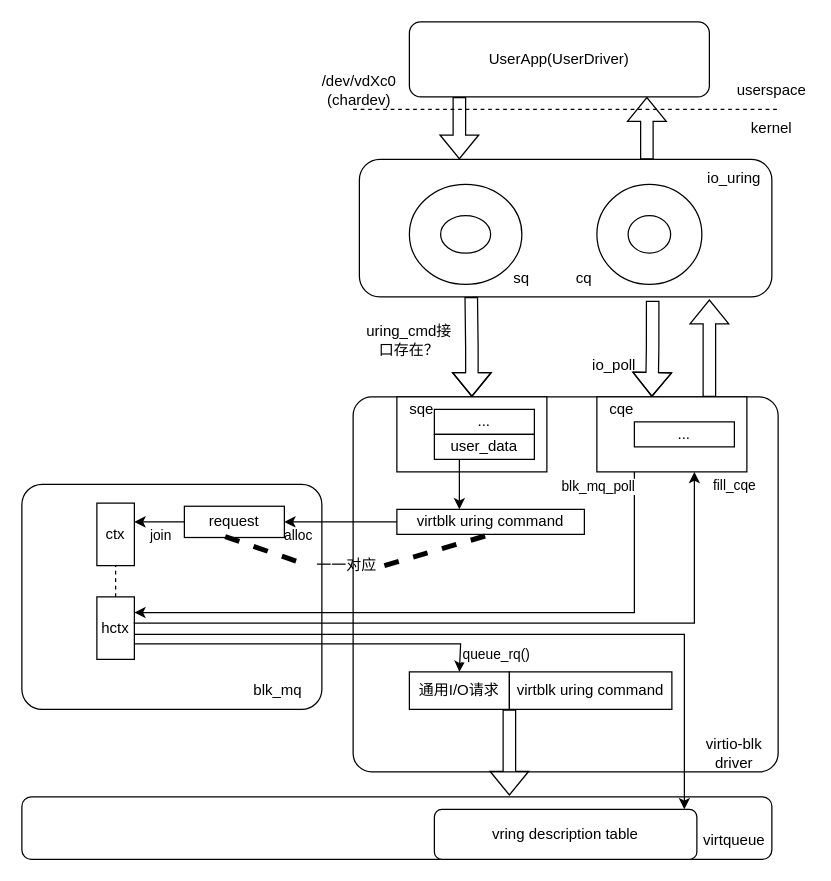
Above: page "第 8 页" (8 of 11) of test1.drawio in jdmfr/dormouse (draw.io), before the change. Source tidied: cells renumbered, new cells numbered last; positions are measured from the earlier drawing's top-left corner, leaving out a move shared by most shapes. Both pictures are drawn from the tidied source at 125%, with x=0, y=0 at pixel (21, 21).
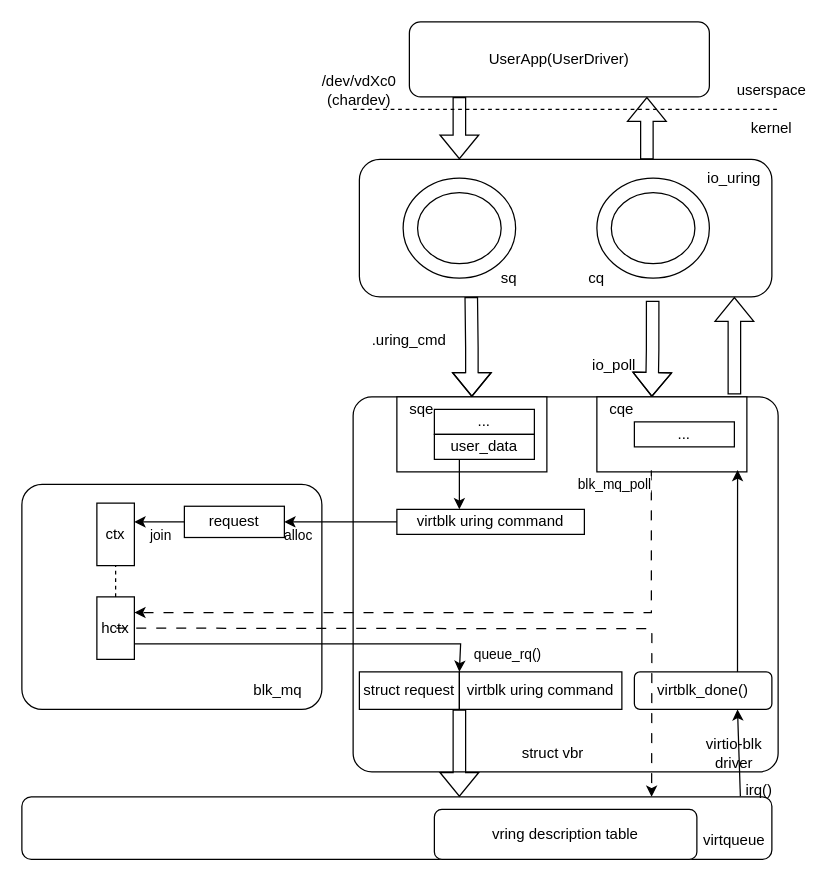
After the change.

The change refers to these unchanged cells:
```xml
<mxCell id="24" value="virtblk uring command" style="text;html=1;strokeColor=none;fillColor=none;align=center;verticalAlign=middle;whiteSpace=wrap;rounded=0;" parent="1" vertex="1">
  <mxGeometry x="310" y="390" width="130" height="20" as="geometry" />
</mxCell>
<mxCell id="32" value="hctx" style="rounded=0;whiteSpace=wrap;html=1;" parent="1" vertex="1">
  <mxGeometry x="60" y="460" width="30" height="50" as="geometry" />
</mxCell>
<mxCell id="33" value="request" style="rounded=0;whiteSpace=wrap;html=1;" parent="1" vertex="1">
  <mxGeometry x="130" y="387.5" width="80" height="25" as="geometry" />
</mxCell>
<mxCell id="39" style="rounded=0;whiteSpace=wrap;html=1;" parent="1" vertex="1">
  <mxGeometry x="460" y="300" width="120" height="60" as="geometry" />
</mxCell>
<mxCell id="51" style="rounded=1;whiteSpace=wrap;html=1;" parent="1" vertex="1">
  <mxGeometry y="620" width="600" height="50" as="geometry" />
</mxCell>
<mxCell id="56" value="vring description table" style="rounded=1;whiteSpace=wrap;html=1;" parent="1" vertex="1">
  <mxGeometry x="330" y="630" width="210" height="40" as="geometry" />
</mxCell>
```

The edit, as a diff of the source:
```diff
@@
+    <mxCell id="3" style="rounded=1;whiteSpace=wrap;html=1;" parent="1" vertex="1">
+      <mxGeometry x="270" y="110" width="330" height="110" as="geometry" />
+    </mxCell>
@@
-    <mxCell id="3" style="rounded=1;whiteSpace=wrap;html=1;" parent="1" vertex="1">
-      <mxGeometry x="270" y="110" width="330" height="110" as="geometry" />
-    </mxCell>
@@
-    <mxCell id="5" style="verticalLabelPosition=bottom;verticalAlign=top;html=1;shape=mxgraph.basic.donut;dx=25;" parent="1" vertex="1">
-      <mxGeometry x="310" y="130" width="90" height="80" as="geometry" />
+    <mxCell id="5" style="verticalLabelPosition=bottom;verticalAlign=top;html=1;shape=mxgraph.basic.donut;dx=11.56;" parent="1" vertex="1">
+      <mxGeometry x="305" y="125" width="90" height="80" as="geometry" />
     </mxCell>
-    <mxCell id="6" style="verticalLabelPosition=bottom;verticalAlign=top;html=1;shape=mxgraph.basic.donut;dx=25;" parent="1" vertex="1">
-      <mxGeometry x="460" y="130" width="84" height="80" as="geometry" />
-    </mxCell>
@@
     <mxCell id="9" value="sq" style="text;html=1;strokeColor=none;fillColor=none;align=center;verticalAlign=middle;whiteSpace=wrap;rounded=0;" parent="1" vertex="1">
-      <mxGeometry x="370" y="190" width="60" height="30" as="geometry" />
+      <mxGeometry x="360" y="190" width="60" height="30" as="geometry" />
     </mxCell>
     <mxCell id="10" value="cq" style="text;html=1;strokeColor=none;fillColor=none;align=center;verticalAlign=middle;whiteSpace=wrap;rounded=0;" parent="1" vertex="1">
-      <mxGeometry x="420" y="190" width="60" height="30" as="geometry" />
+      <mxGeometry x="430" y="190" width="60" height="30" as="geometry" />
     </mxCell>
@@
-    <mxCell id="17" value="uring_cmd接口存在？" style="text;html=1;strokeColor=none;fillColor=none;align=center;verticalAlign=middle;whiteSpace=wrap;rounded=0;" parent="1" vertex="1">
+    <mxCell id="17" value=".uring_cmd" style="text;html=1;strokeColor=none;fillColor=none;align=center;verticalAlign=middle;whiteSpace=wrap;rounded=0;" parent="1" vertex="1">
       <mxGeometry x="270" y="240" width="80" height="30" as="geometry" />
     </mxCell>
@@
-    <mxCell id="30" style="edgeStyle=orthogonalEdgeStyle;rounded=0;jettySize=auto;html=1;exitX=1;exitY=0.75;exitDx=0;exitDy=0;" parent="1" edge="1" source="32">
+    <mxCell id="30" style="edgeStyle=orthogonalEdgeStyle;rounded=0;jettySize=auto;html=1;exitX=1;exitY=0.75;exitDx=0;exitDy=0;entryX=0;entryY=0;entryDx=0;entryDy=0;" parent="1" edge="1" source="32" target="54">
       <mxGeometry relative="1" as="geometry">
-        <mxPoint x="350" y="520" as="targetPoint" />
         <Array as="points">
           <mxPoint x="351" y="498" />
         </Array>
       </mxGeometry>
     </mxCell>
     <mxCell id="31" value="queue_rq()&amp;nbsp;" style="edgeLabel;html=1;align=center;verticalAlign=middle;" parent="30" vertex="1">
       <mxGeometry x="0.91" y="-2" relative="1" as="geometry">
-        <mxPoint x="32" y="-2" as="offset" />
+        <mxPoint x="41" y="-2" as="offset" />
       </mxGeometry>
     </mxCell>
@@
     <mxCell id="37" style="shape=flexArrow;endArrow=classic;html=1;rounded=0;edgeStyle=orthogonalEdgeStyle;exitX=0.711;exitY=1.029;exitDx=0;exitDy=0;exitPerimeter=0;" parent="1" edge="1" source="3">
       <mxGeometry relative="1" as="geometry">
         <mxPoint x="504" y="300" as="targetPoint" />
+        <Array as="points">
+          <mxPoint x="505" y="262" />
+        </Array>
       </mxGeometry>
     </mxCell>
@@
     <mxCell id="41" style="shape=flexArrow;endArrow=classic;html=1;rounded=0;edgeStyle=orthogonalEdgeStyle;" parent="1" edge="1">
       <mxGeometry relative="1" as="geometry">
-        <mxPoint x="550" y="300" as="sourcePoint" />
-        <mxPoint x="550" y="222" as="targetPoint" />
+        <mxPoint x="570" y="298" as="sourcePoint" />
+        <mxPoint x="570" y="220" as="targetPoint" />
       </mxGeometry>
     </mxCell>
-    <mxCell id="42" style="endArrow=classic;html=1;rounded=0;edgeStyle=orthogonalEdgeStyle;exitX=0.25;exitY=1;exitDx=0;exitDy=0;entryX=1;entryY=0.25;entryDx=0;entryDy=0;" parent="1" edge="1" source="39" target="32">
-      <mxGeometry relative="1" as="geometry" />
+    <mxCell id="42" style="endArrow=classic;html=1;rounded=0;edgeStyle=orthogonalEdgeStyle;exitX=0.363;exitY=0.98;exitDx=0;exitDy=0;entryX=1;entryY=0.25;entryDx=0;entryDy=0;dashed=1;exitPerimeter=0;dashPattern=8 8;" parent="1" edge="1" source="39" target="32">
+      <mxGeometry relative="1" as="geometry">
+        <Array as="points">
+          <mxPoint x="504" y="473" />
+        </Array>
+      </mxGeometry>
     </mxCell>
@@
-    <mxCell id="44" style="endArrow=classic;html=1;rounded=0;edgeStyle=orthogonalEdgeStyle;" parent="1" edge="1">
-      <mxGeometry relative="1" as="geometry">
-        <mxPoint x="90" y="480" as="sourcePoint" />
-        <mxPoint x="538" y="360" as="targetPoint" />
-        <Array as="points">
-          <mxPoint x="90" y="481" />
-          <mxPoint x="538" y="481" />
-        </Array>
-      </mxGeometry>
-    </mxCell>
-    <mxCell id="45" value="fill_cqe" style="edgeLabel;html=1;align=center;verticalAlign=middle;" parent="44" vertex="1">
-      <mxGeometry x="-0.9" y="3" relative="1" as="geometry">
-        <mxPoint x="452" y="-108" as="offset" />
-      </mxGeometry>
-    </mxCell>
@@
-    <mxCell id="48" value="一一对应" style="text;html=1;align=center;verticalAlign=middle;whiteSpace=wrap;rounded=0;" parent="1" vertex="1">
-      <mxGeometry x="230" y="420" width="60" height="30" as="geometry" />
-    </mxCell>
-    <mxCell id="49" style="endArrow=none;dashed=1;html=1;rounded=0;exitX=1;exitY=0.5;exitDx=0;exitDy=0;entryX=0.5;entryY=1;entryDx=0;entryDy=0;strokeWidth=4;" parent="1" edge="1" source="48" target="24">
-      <mxGeometry relative="1" as="geometry" />
-    </mxCell>
-    <mxCell id="50" style="endArrow=none;dashed=1;html=1;rounded=0;exitX=0.408;exitY=0.971;exitDx=0;exitDy=0;entryX=0;entryY=0.5;entryDx=0;entryDy=0;strokeWidth=4;exitPerimeter=0;" parent="1" edge="1" source="33" target="48">
-      <mxGeometry relative="1" as="geometry" />
-    </mxCell>
@@
-    <mxCell id="53" value="通用I/O请求" style="rounded=0;whiteSpace=wrap;html=1;" parent="1" vertex="1">
-      <mxGeometry x="310" y="520" width="80" height="30" as="geometry" />
+    <mxCell id="53" value="struct request" style="rounded=0;whiteSpace=wrap;html=1;" parent="1" vertex="1">
+      <mxGeometry x="270" y="520" width="80" height="30" as="geometry" />
     </mxCell>
     <mxCell id="54" value="virtblk uring command" style="text;html=1;strokeColor=default;fillColor=none;align=center;verticalAlign=middle;whiteSpace=wrap;rounded=0;" parent="1" vertex="1">
-      <mxGeometry x="390" y="520" width="130" height="30" as="geometry" />
+      <mxGeometry x="350" y="520" width="130" height="30" as="geometry" />
     </mxCell>
     <mxCell id="55" style="shape=flexArrow;endArrow=classic;html=1;rounded=0;exitX=0;exitY=1;exitDx=0;exitDy=0;" parent="1" edge="1" source="54">
       <mxGeometry relative="1" as="geometry">
-        <mxPoint x="390" y="619" as="targetPoint" />
+        <mxPoint x="350" y="620" as="targetPoint" />
       </mxGeometry>
     </mxCell>
@@
-    <mxCell id="57" style="endArrow=classic;html=1;rounded=0;edgeStyle=orthogonalEdgeStyle;" parent="1" edge="1" target="56">
-      <mxGeometry relative="1" as="geometry">
-        <mxPoint x="90" y="490" as="sourcePoint" />
-        <Array as="points">
-          <mxPoint x="530" y="490" />
-        </Array>
-      </mxGeometry>
-    </mxCell>
+    <mxCell id="58" style="verticalLabelPosition=bottom;verticalAlign=top;html=1;shape=mxgraph.basic.donut;dx=11.56;" parent="1" vertex="1">
+      <mxGeometry x="460" y="125" width="90" height="80" as="geometry" />
+    </mxCell>
+    <mxCell id="59" value="struct vbr" style="text;html=1;align=center;verticalAlign=middle;whiteSpace=wrap;rounded=0;" parent="1" vertex="1">
+      <mxGeometry x="395" y="570" width="60" height="30" as="geometry" />
+    </mxCell>
+    <mxCell id="60" value="virtblk_done()" style="rounded=1;whiteSpace=wrap;html=1;" parent="1" vertex="1">
+      <mxGeometry x="490" y="520" width="110" height="30" as="geometry" />
+    </mxCell>
+    <mxCell id="61" style="edgeStyle=orthogonalEdgeStyle;rounded=0;jettySize=auto;html=1;exitX=0.75;exitY=0;exitDx=0;exitDy=0;entryX=0.938;entryY=0.974;entryDx=0;entryDy=0;entryPerimeter=0;" parent="1" edge="1" source="60" target="39">
+      <mxGeometry relative="1" as="geometry" />
+    </mxCell>
+    <mxCell id="62" style="endArrow=classic;html=1;rounded=0;exitX=0.958;exitY=-0.009;exitDx=0;exitDy=0;exitPerimeter=0;entryX=0.75;entryY=1;entryDx=0;entryDy=0;" parent="1" edge="1" source="51" target="60">
+      <mxGeometry relative="1" as="geometry" />
+    </mxCell>
+    <mxCell id="63" value="irq()" style="text;html=1;align=center;verticalAlign=middle;whiteSpace=wrap;rounded=0;" parent="1" vertex="1">
+      <mxGeometry x="560" y="600" width="60" height="30" as="geometry" />
+    </mxCell>
+    <mxCell id="64" style="endArrow=classic;html=1;rounded=0;entryX=0.878;entryY=-0.009;entryDx=0;entryDy=0;entryPerimeter=0;dashed=1;dashPattern=8 8;" parent="1" edge="1">
+      <mxGeometry relative="1" as="geometry">
+        <mxPoint x="75.5" y="485" as="sourcePoint" />
+        <mxPoint x="503.8" y="620" as="targetPoint" />
+        <Array as="points">
+          <mxPoint x="504" y="485.5" />
+        </Array>
+      </mxGeometry>
+    </mxCell>
```
